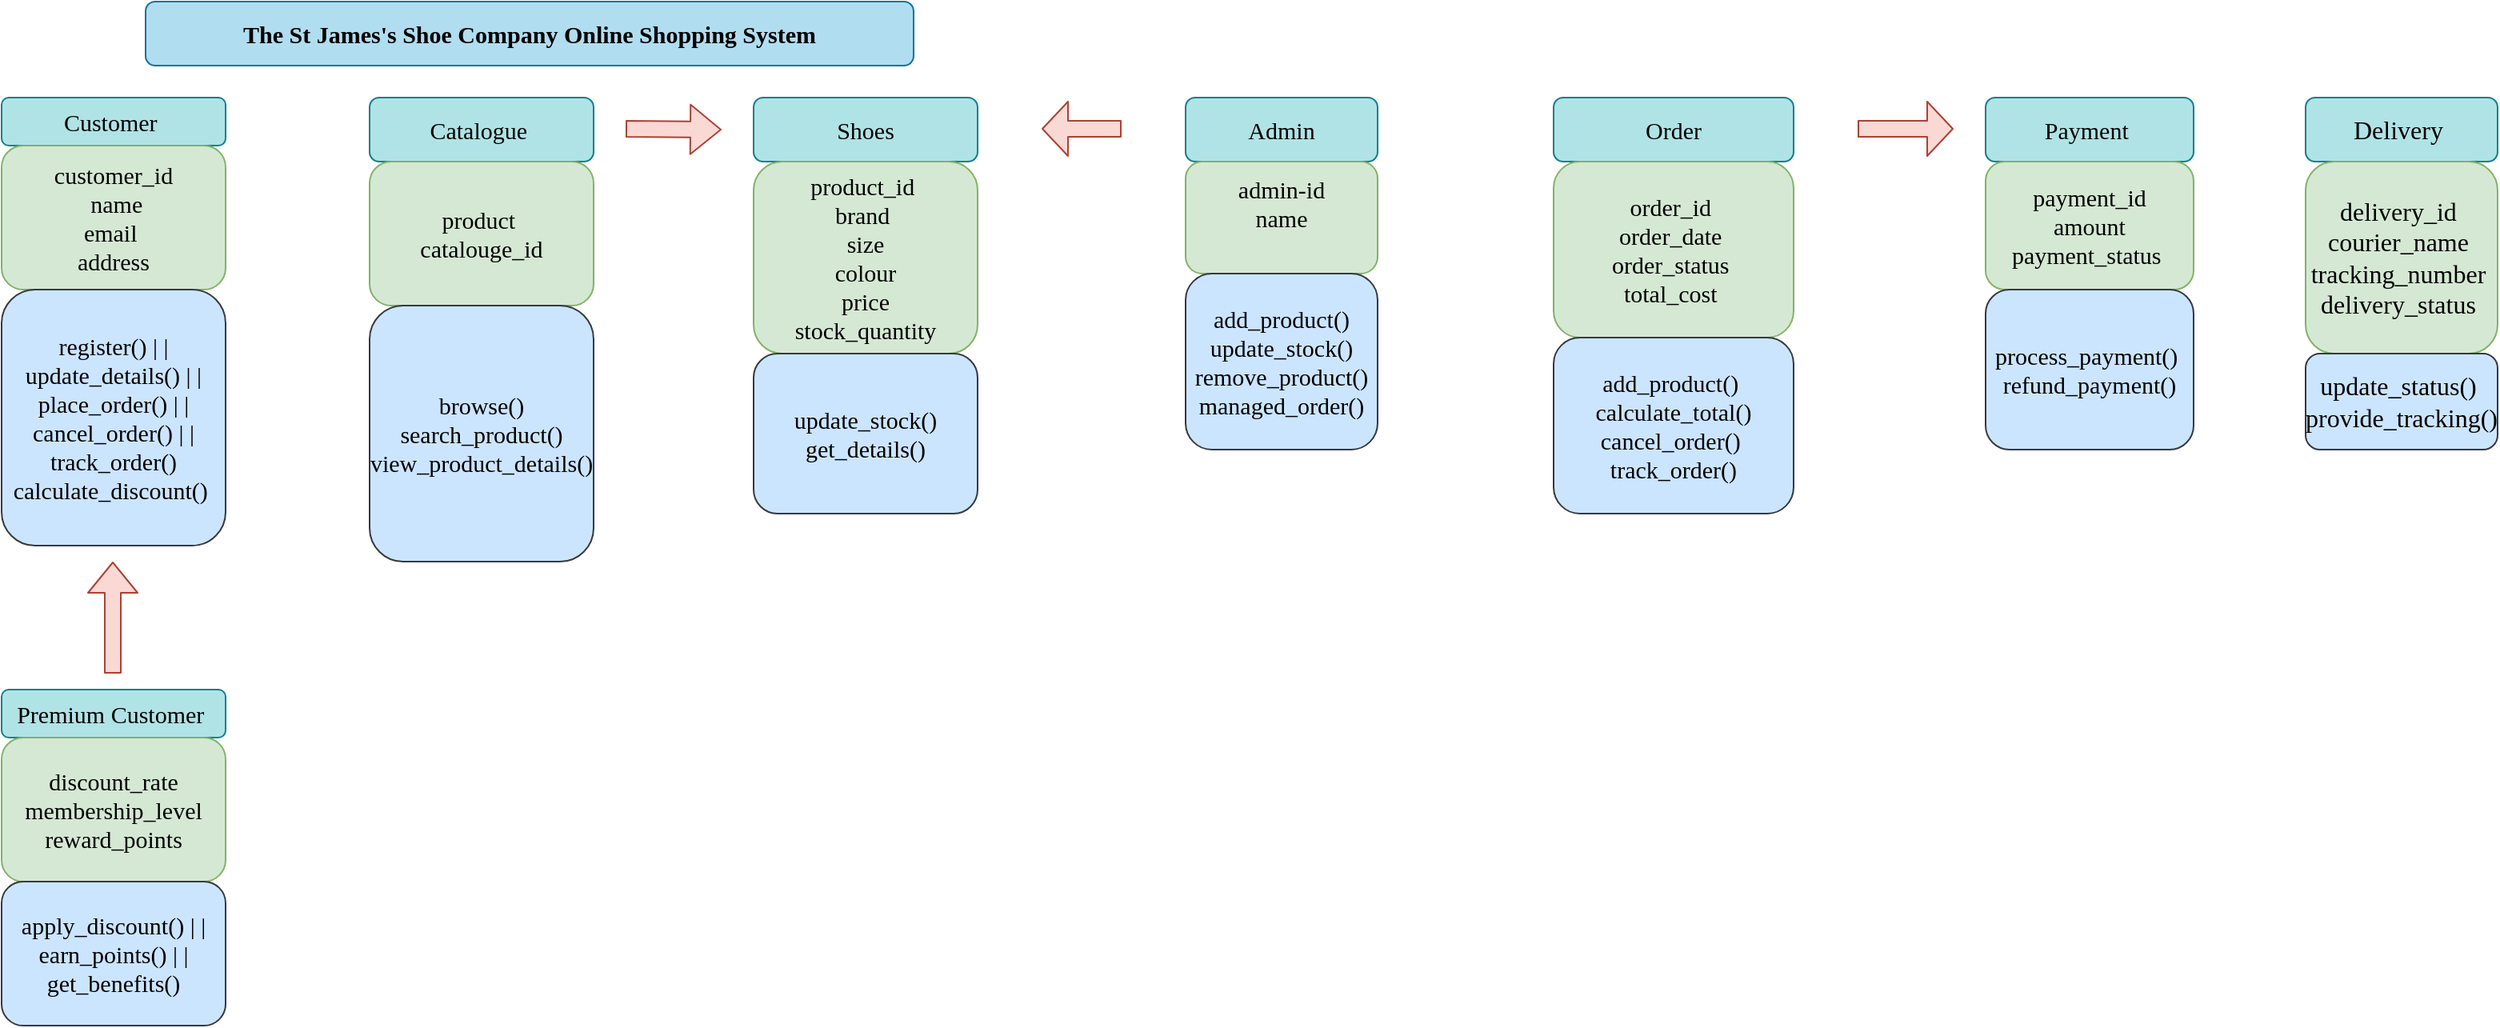
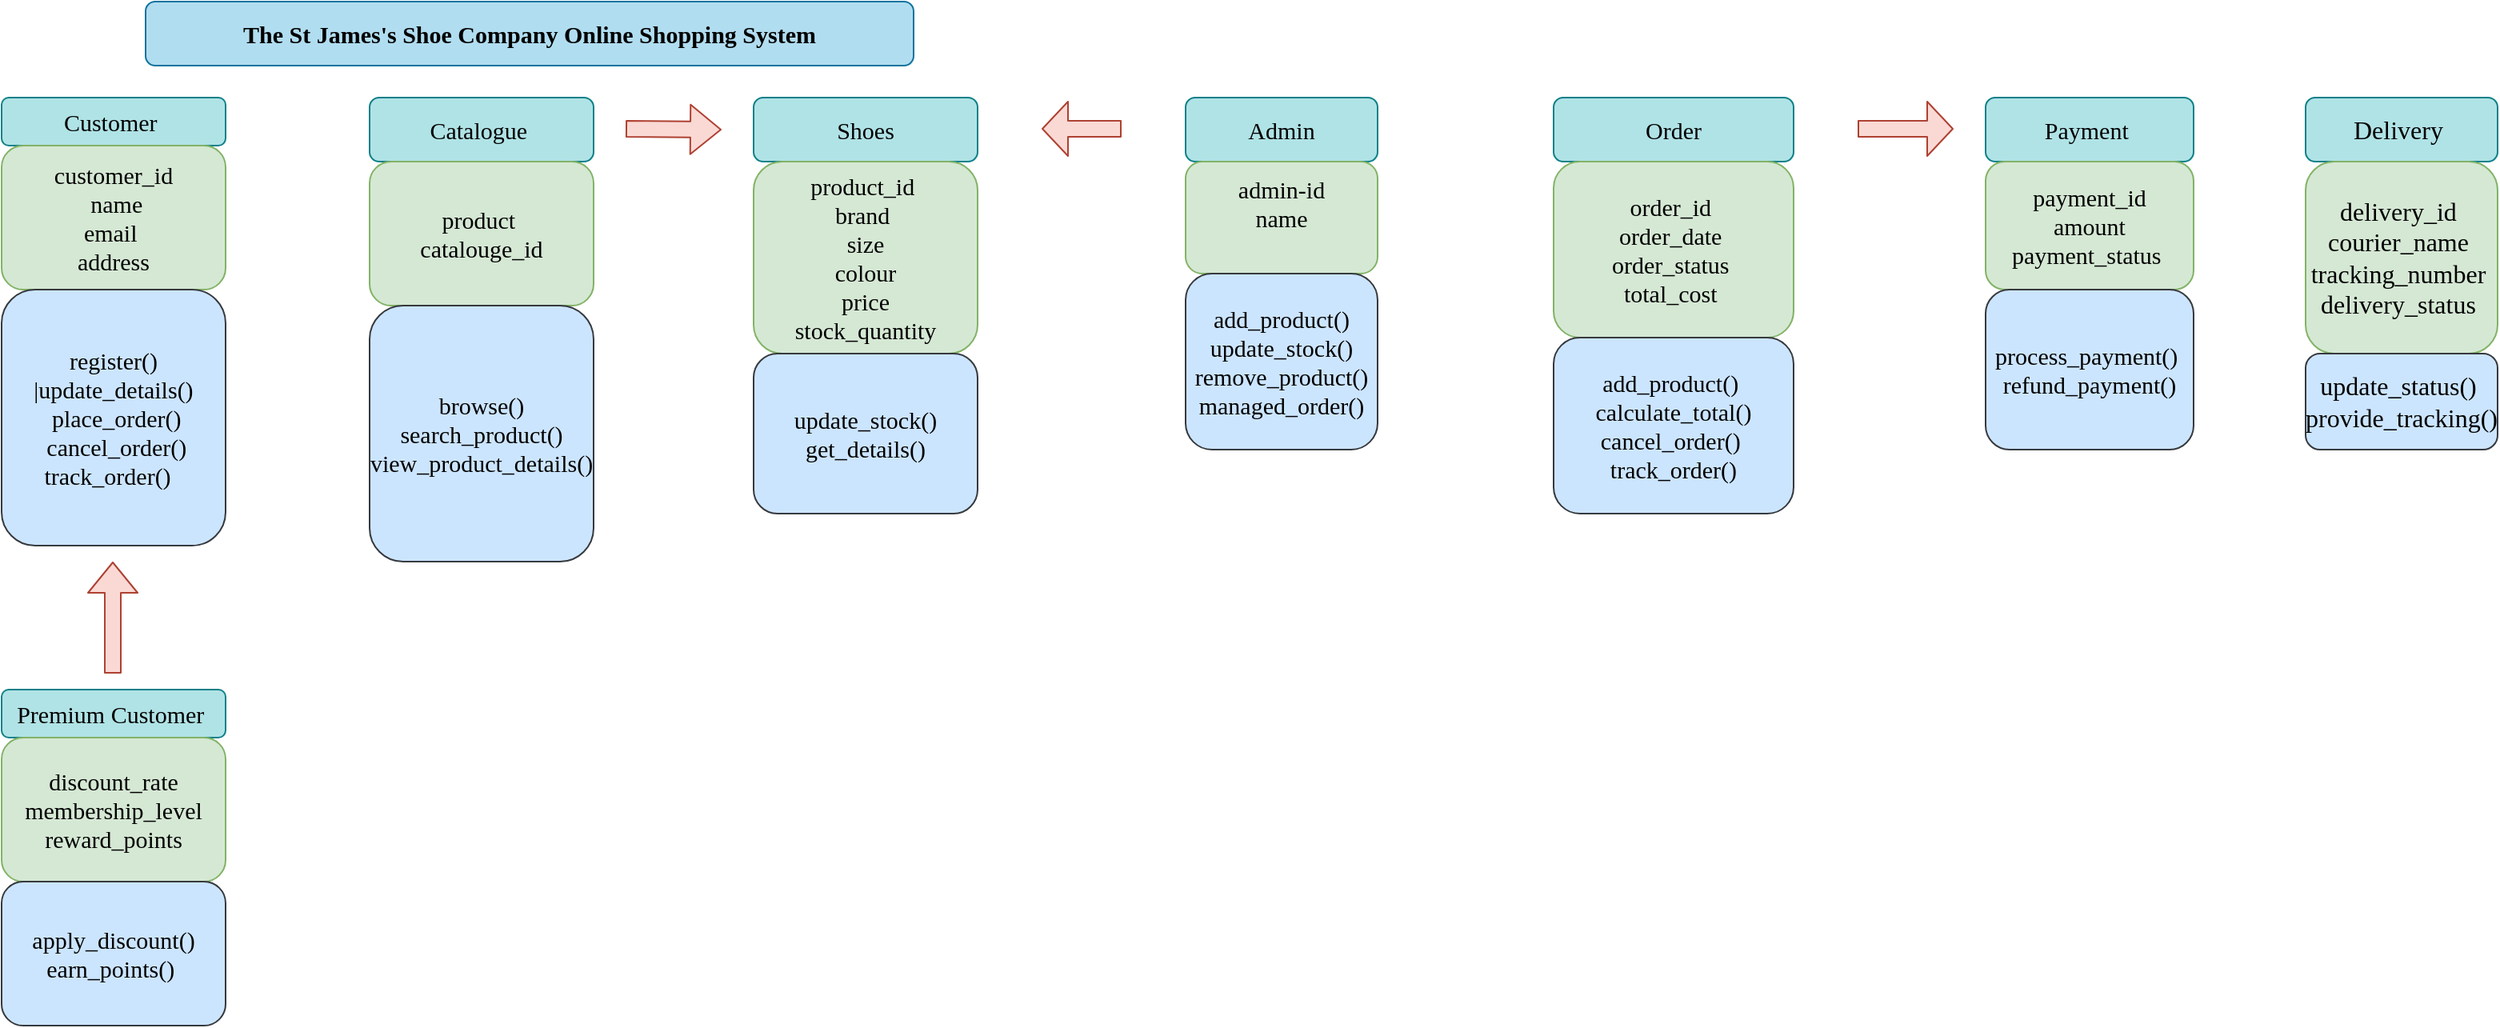
<mxfile host="app.diagrams.net">
  <diagram name="Page-1" id="zBQsa7cZHyROo2B0buzC">
    <mxGraphModel dx="934" dy="619" grid="1" gridSize="10" guides="1" tooltips="1" connect="1" arrows="1" fold="1" page="1" pageScale="1" pageWidth="1654" pageHeight="2336" background="#FFFFFF" math="0" shadow="0">
      <root>
        <mxCell id="0" />
        <mxCell id="1" parent="0" />
        <mxCell id="wbyo3HuhCAC_yU22lBOG-1" parent="1" style="rounded=1;whiteSpace=wrap;html=1;fillColor=#b1ddf0;strokeColor=#10739e;fontFamily=Times New Roman;fontStyle=1;fontSize=15;" value="&lt;span data-token-index=&quot;0&quot; class=&quot;notion-enable-hover&quot; style=&quot;text-align: start;&quot;&gt;The St James&#39;s Shoe Company Online Shopping System&lt;/span&gt;" vertex="1">
          <mxGeometry height="40" width="480" x="110" y="20" as="geometry" />
        </mxCell>
        <mxCell id="wbyo3HuhCAC_yU22lBOG-4" edge="1" parent="1" source="wbyo3HuhCAC_yU22lBOG-2" style="edgeStyle=orthogonalEdgeStyle;rounded=1;orthogonalLoop=1;jettySize=auto;html=1;fontFamily=Times New Roman;fontSize=15;" target="wbyo3HuhCAC_yU22lBOG-3" value="">
          <mxGeometry relative="1" as="geometry" />
        </mxCell>
        <mxCell id="wbyo3HuhCAC_yU22lBOG-2" parent="1" style="rounded=1;whiteSpace=wrap;html=1;fillColor=#b0e3e6;strokeColor=#0e8088;fontFamily=Times New Roman;fontSize=15;" value="&lt;span style=&quot;text-align: start;&quot;&gt;Customer&amp;nbsp;&lt;/span&gt;" vertex="1">
          <mxGeometry height="30" width="140" x="20" y="80" as="geometry" />
        </mxCell>
        <mxCell id="wbyo3HuhCAC_yU22lBOG-3" parent="1" style="whiteSpace=wrap;html=1;rounded=1;fillColor=#d5e8d4;strokeColor=#82b366;fontFamily=Times New Roman;fontSize=15;" value="&lt;span style=&quot;text-align: start;&quot;&gt;customer_id&lt;/span&gt;&lt;div&gt;&lt;span style=&quot;text-align: start;&quot;&gt;&amp;nbsp; name&amp;nbsp;&lt;/span&gt;&lt;/div&gt;&lt;div&gt;&lt;span style=&quot;text-align: start;&quot;&gt;email&amp;nbsp;&lt;/span&gt;&lt;/div&gt;&lt;div&gt;&lt;span style=&quot;text-align: start;&quot;&gt;address&lt;/span&gt;&lt;/div&gt;" vertex="1">
          <mxGeometry height="90" width="140" x="20" y="110" as="geometry" />
        </mxCell>
-         <mxCell id="wbyo3HuhCAC_yU22lBOG-5" parent="1" style="rounded=1;whiteSpace=wrap;html=1;fillColor=#cce5ff;strokeColor=#36393d;fontFamily=Times New Roman;fontSize=15;" value="&lt;span style=&quot;caret-color: rgb(0, 0, 0); color: rgb(0, 0, 0); font-style: normal; font-variant-caps: normal; font-weight: 400; letter-spacing: normal; orphans: 2; text-align: start; text-indent: 0px; text-transform: none; white-space: normal; widows: 2; word-spacing: 0px; -webkit-text-stroke-width: 0px; text-decoration: none; float: none; display: inline !important;&quot;&gt;register() | | update_details() | | place_order() | | cancel_order() | | track_order() calculate_discount()&lt;span class=&quot;Apple-converted-space&quot;&gt;&amp;nbsp;&lt;/span&gt;&lt;/span&gt;" vertex="1">
+         <mxCell id="wbyo3HuhCAC_yU22lBOG-5" parent="1" style="rounded=1;whiteSpace=wrap;html=1;fillColor=#cce5ff;strokeColor=#36393d;fontFamily=Times New Roman;fontSize=15;" value="&lt;span style=&quot;caret-color: rgb(0, 0, 0); color: rgb(0, 0, 0); font-style: normal; font-variant-caps: normal; font-weight: 400; letter-spacing: normal; orphans: 2; text-align: start; text-indent: 0px; text-transform: none; white-space: normal; widows: 2; word-spacing: 0px; -webkit-text-stroke-width: 0px; text-decoration: none; float: none; display: inline !important;&quot;&gt;register() |update_details() &amp;nbsp;place_order() &amp;nbsp;cancel_order() track_order() &lt;span class=&quot;Apple-converted-space&quot;&gt;&amp;nbsp;&lt;/span&gt;&lt;/span&gt;" vertex="1">
          <mxGeometry height="160" width="140" x="20" y="200" as="geometry" />
        </mxCell>
        <mxCell id="wbyo3HuhCAC_yU22lBOG-6" edge="1" parent="1" style="shape=flexArrow;endArrow=classic;html=1;rounded=1;fontFamily=Times New Roman;fontSize=15;fillColor=#fad9d5;strokeColor=#ae4132;" value="">
          <mxGeometry height="50" relative="1" width="50" as="geometry">
            <Array as="points" />
            <mxPoint x="89.5" y="440" as="sourcePoint" />
            <mxPoint x="89.5" y="370" as="targetPoint" />
          </mxGeometry>
        </mxCell>
        <mxCell id="wbyo3HuhCAC_yU22lBOG-7" parent="1" style="rounded=1;whiteSpace=wrap;html=1;fillColor=#b0e3e6;strokeColor=#0e8088;fontFamily=Times New Roman;fontSize=15;" value="&lt;font&gt;Premium Customer&amp;nbsp;&lt;/font&gt;" vertex="1">
          <mxGeometry height="30" width="140" x="20" y="450" as="geometry" />
        </mxCell>
        <mxCell id="wbyo3HuhCAC_yU22lBOG-8" parent="1" style="rounded=1;whiteSpace=wrap;html=1;fontFamily=Times New Roman;fontSize=15;fillColor=#d5e8d4;strokeColor=#82b366;" value="&lt;span style=&quot;text-align: start;&quot;&gt;discount_rate membership_level &amp;nbsp;reward_points&amp;nbsp;&lt;/span&gt;" vertex="1">
          <mxGeometry height="90" width="140" x="20" y="480" as="geometry" />
        </mxCell>
-         <mxCell id="wbyo3HuhCAC_yU22lBOG-9" parent="1" style="rounded=1;whiteSpace=wrap;html=1;fontFamily=Times New Roman;fontSize=15;fillColor=#cce5ff;strokeColor=#36393d;" value="&lt;span style=&quot;caret-color: rgb(0, 0, 0); color: rgb(0, 0, 0); font-style: normal; font-variant-caps: normal; font-weight: 400; letter-spacing: normal; orphans: 2; text-align: start; text-indent: 0px; text-transform: none; white-space: normal; widows: 2; word-spacing: 0px; -webkit-text-stroke-width: 0px; text-decoration: none; float: none; display: inline !important;&quot;&gt;apply_discount() | | earn_points() | | get_benefits()&lt;/span&gt;" vertex="1">
+         <mxCell id="wbyo3HuhCAC_yU22lBOG-9" parent="1" style="rounded=1;whiteSpace=wrap;html=1;fontFamily=Times New Roman;fontSize=15;fillColor=#cce5ff;strokeColor=#36393d;" value="&lt;span style=&quot;caret-color: rgb(0, 0, 0); color: rgb(0, 0, 0); font-style: normal; font-variant-caps: normal; font-weight: 400; letter-spacing: normal; orphans: 2; text-align: start; text-indent: 0px; text-transform: none; white-space: normal; widows: 2; word-spacing: 0px; -webkit-text-stroke-width: 0px; text-decoration: none; float: none; display: inline !important;&quot;&gt;apply_discount() earn_points()&amp;nbsp;&lt;/span&gt;" vertex="1">
          <mxGeometry height="90" width="140" x="20" y="570" as="geometry" />
        </mxCell>
        <mxCell id="wbyo3HuhCAC_yU22lBOG-10" parent="1" style="rounded=1;whiteSpace=wrap;html=1;fillColor=#b0e3e6;strokeColor=#0e8088;fontFamily=Times New Roman;fontSize=15;" value="&lt;span style=&quot;text-align: start;&quot;&gt;Catalogue&amp;nbsp;&lt;/span&gt;" vertex="1">
          <mxGeometry height="40" width="140" x="250" y="80" as="geometry" />
        </mxCell>
        <mxCell id="wbyo3HuhCAC_yU22lBOG-11" parent="1" style="whiteSpace=wrap;html=1;rounded=1;fillColor=#d5e8d4;strokeColor=#82b366;fontFamily=Times New Roman;fontSize=15;" value="product&amp;nbsp;&lt;div&gt;catalouge_id&lt;/div&gt;" vertex="1">
          <mxGeometry height="90" width="140" x="250" y="120" as="geometry" />
        </mxCell>
        <mxCell id="wbyo3HuhCAC_yU22lBOG-12" parent="1" style="rounded=1;whiteSpace=wrap;html=1;fillColor=#cce5ff;strokeColor=#36393d;fontFamily=Times New Roman;fontSize=15;" value="browse()&lt;div&gt;search_product()&lt;/div&gt;&lt;div&gt;view_product_details()&lt;/div&gt;" vertex="1">
          <mxGeometry height="160" width="140" x="250" y="210" as="geometry" />
        </mxCell>
        <mxCell id="wbyo3HuhCAC_yU22lBOG-13" edge="1" parent="1" style="shape=flexArrow;endArrow=classic;html=1;rounded=1;fillColor=#fad9d5;strokeColor=#ae4132;fontFamily=Times New Roman;fontSize=15;" value="">
          <mxGeometry height="50" relative="1" width="50" as="geometry">
            <mxPoint x="410" y="99.5" as="sourcePoint" />
            <mxPoint x="470" y="100" as="targetPoint" />
          </mxGeometry>
        </mxCell>
        <mxCell id="wbyo3HuhCAC_yU22lBOG-14" parent="1" style="rounded=1;whiteSpace=wrap;html=1;fillColor=#b0e3e6;strokeColor=#0e8088;fontFamily=Times New Roman;fontSize=15;" value="&lt;span style=&quot;text-align: start;&quot;&gt;Shoes&lt;/span&gt;" vertex="1">
          <mxGeometry height="40" width="140" x="490" y="80" as="geometry" />
        </mxCell>
        <mxCell id="wbyo3HuhCAC_yU22lBOG-15" parent="1" style="whiteSpace=wrap;html=1;rounded=1;fillColor=#d5e8d4;strokeColor=#82b366;fontFamily=Times New Roman;fontSize=15;" value="&lt;div&gt;&lt;span style=&quot;text-align: start;&quot;&gt;&lt;br&gt;&lt;/span&gt;&lt;/div&gt;&lt;span style=&quot;text-align: start;&quot;&gt;product_id&amp;nbsp;&lt;/span&gt;&lt;br&gt;&lt;div&gt;&lt;span style=&quot;text-align: start;&quot;&gt;brand&amp;nbsp;&lt;/span&gt;&lt;span style=&quot;text-align: start;&quot;&gt;&lt;br&gt;&lt;/span&gt;&lt;/div&gt;&lt;div&gt;&lt;span style=&quot;text-align: start;&quot;&gt;size&lt;/span&gt;&lt;/div&gt;&lt;div&gt;&lt;span style=&quot;text-align: start;&quot;&gt;colour&lt;/span&gt;&lt;/div&gt;&lt;div&gt;&lt;span style=&quot;text-align: start;&quot;&gt;price&lt;/span&gt;&lt;/div&gt;&lt;div&gt;&lt;span style=&quot;text-align: start;&quot;&gt;stock_quantity&lt;/span&gt;&lt;/div&gt;&lt;div&gt;&lt;span style=&quot;text-align: start;&quot;&gt;&lt;br&gt;&lt;/span&gt;&lt;/div&gt;" vertex="1">
          <mxGeometry height="120" width="140" x="490" y="120" as="geometry" />
        </mxCell>
        <mxCell id="wbyo3HuhCAC_yU22lBOG-16" parent="1" style="rounded=1;whiteSpace=wrap;html=1;fillColor=#cce5ff;strokeColor=#36393d;fontFamily=Times New Roman;fontSize=15;" value="update_stock()&lt;div&gt;get_details()&lt;/div&gt;" vertex="1">
          <mxGeometry height="100" width="140" x="490" y="240" as="geometry" />
        </mxCell>
        <mxCell id="wbyo3HuhCAC_yU22lBOG-18" edge="1" parent="1" style="shape=flexArrow;endArrow=classic;html=1;rounded=1;endWidth=23;endSize=5;fillColor=#fad9d5;strokeColor=#ae4132;fontFamily=Times New Roman;fontSize=15;" value="">
          <mxGeometry height="50" relative="1" width="50" as="geometry">
            <mxPoint x="720" y="99.5" as="sourcePoint" />
            <mxPoint x="670" y="99.5" as="targetPoint" />
          </mxGeometry>
        </mxCell>
        <mxCell id="wbyo3HuhCAC_yU22lBOG-19" parent="1" style="rounded=1;whiteSpace=wrap;html=1;fontFamily=Times New Roman;fontSize=15;fillColor=#b0e3e6;strokeColor=#0e8088;" value="&lt;font&gt;Admin&lt;/font&gt;" vertex="1">
          <mxGeometry height="40" width="120" x="760" y="80" as="geometry" />
        </mxCell>
        <mxCell id="wbyo3HuhCAC_yU22lBOG-20" parent="1" style="rounded=1;whiteSpace=wrap;html=1;fontSize=15;fontFamily=Times New Roman;fillColor=#d5e8d4;strokeColor=#82b366;" value="admin-id&lt;div&gt;name&lt;/div&gt;&lt;div&gt;&lt;br&gt;&lt;/div&gt;" vertex="1">
          <mxGeometry height="70" width="120" x="760" y="120" as="geometry" />
        </mxCell>
        <mxCell id="wbyo3HuhCAC_yU22lBOG-21" parent="1" style="rounded=1;whiteSpace=wrap;html=1;fontSize=15;fontFamily=Times New Roman;fillColor=#cce5ff;strokeColor=#36393d;" value="add_product()&lt;div&gt;update_stock()&lt;/div&gt;&lt;div&gt;remove_product()&lt;/div&gt;&lt;div&gt;managed_order()&lt;/div&gt;" vertex="1">
          <mxGeometry height="110" width="120" x="760" y="190" as="geometry" />
        </mxCell>
        <mxCell id="wbyo3HuhCAC_yU22lBOG-22" parent="1" style="rounded=1;whiteSpace=wrap;html=1;fontFamily=Times New Roman;fontSize=15;fillColor=#b0e3e6;strokeColor=#0e8088;" value="Order" vertex="1">
          <mxGeometry height="40" width="150" x="990" y="80" as="geometry" />
        </mxCell>
        <mxCell id="wbyo3HuhCAC_yU22lBOG-23" parent="1" style="rounded=1;whiteSpace=wrap;html=1;fontFamily=Times New Roman;fontSize=15;fillColor=#d5e8d4;strokeColor=#82b366;" value="&lt;span style=&quot;text-align: start;&quot;&gt;order_id&amp;nbsp;&lt;/span&gt;&lt;div&gt;&lt;span style=&quot;text-align: start;&quot;&gt;order_date&amp;nbsp;&lt;/span&gt;&lt;span style=&quot;text-align: start;&quot;&gt;&lt;br&gt;&lt;/span&gt;&lt;/div&gt;&lt;div&gt;&lt;span style=&quot;text-align: start;&quot;&gt;order_status&amp;nbsp;&lt;/span&gt;&lt;span style=&quot;text-align: start;&quot;&gt;&lt;br&gt;&lt;/span&gt;&lt;/div&gt;&lt;div&gt;&lt;span style=&quot;text-align: start;&quot;&gt;total_cost&amp;nbsp;&lt;/span&gt;&lt;span style=&quot;text-align: start;&quot;&gt;&lt;br&gt;&lt;/span&gt;&lt;/div&gt;" vertex="1">
          <mxGeometry height="110" width="150" x="990" y="120" as="geometry" />
        </mxCell>
        <mxCell id="wbyo3HuhCAC_yU22lBOG-24" parent="1" style="rounded=1;whiteSpace=wrap;html=1;fontFamily=Times New Roman;fontSize=15;fillColor=#cce5ff;strokeColor=#36393d;" value="&lt;span style=&quot;text-align: start;&quot;&gt;add_product()&amp;nbsp;&lt;/span&gt;&lt;div&gt;&lt;span style=&quot;text-align: start;&quot;&gt;calculate_total()&lt;/span&gt;&lt;span style=&quot;text-align: start;&quot;&gt;&lt;br&gt;&lt;/span&gt;&lt;/div&gt;&lt;div&gt;&lt;span style=&quot;text-align: start;&quot;&gt;cancel_order()&amp;nbsp;&lt;/span&gt;&lt;span style=&quot;text-align: start;&quot;&gt;&lt;br&gt;&lt;/span&gt;&lt;/div&gt;&lt;div&gt;&lt;span style=&quot;text-align: start;&quot;&gt;track_order()&lt;/span&gt;&lt;span style=&quot;text-align: start;&quot;&gt;&lt;br&gt;&lt;/span&gt;&lt;/div&gt;" vertex="1">
          <mxGeometry height="110" width="150" x="990" y="230" as="geometry" />
        </mxCell>
        <mxCell id="wbyo3HuhCAC_yU22lBOG-26" edge="1" parent="1" style="shape=flexArrow;endArrow=classic;html=1;rounded=1;endWidth=23;endSize=5;fillColor=#fad9d5;strokeColor=#ae4132;fontFamily=Times New Roman;fontSize=15;" value="">
          <mxGeometry height="50" relative="1" width="50" as="geometry">
            <Array as="points">
              <mxPoint x="1180" y="99.5" />
            </Array>
            <mxPoint x="1180" y="99.5" as="sourcePoint" />
            <mxPoint x="1240" y="99.5" as="targetPoint" />
          </mxGeometry>
        </mxCell>
        <mxCell id="wbyo3HuhCAC_yU22lBOG-27" parent="1" style="rounded=1;whiteSpace=wrap;html=1;fontFamily=Times New Roman;fontSize=15;fillColor=#b0e3e6;strokeColor=#0e8088;" value="&lt;span style=&quot;caret-color: rgb(0, 0, 0); color: rgb(0, 0, 0); font-style: normal; font-variant-caps: normal; font-weight: 400; letter-spacing: normal; orphans: 2; text-align: start; text-indent: 0px; text-transform: none; white-space: normal; widows: 2; word-spacing: 0px; -webkit-text-stroke-width: 0px; text-decoration: none; float: none; display: inline !important;&quot;&gt;Payment&lt;span class=&quot;Apple-converted-space&quot;&gt;&amp;nbsp;&lt;/span&gt;&lt;/span&gt;" vertex="1">
          <mxGeometry height="40" width="130" x="1260" y="80" as="geometry" />
        </mxCell>
        <mxCell id="wbyo3HuhCAC_yU22lBOG-28" parent="1" style="rounded=1;whiteSpace=wrap;html=1;fontFamily=Times New Roman;fontSize=15;fillColor=#d5e8d4;strokeColor=#82b366;" value="payment_id&lt;div&gt;amount&lt;/div&gt;&lt;div&gt;&lt;span style=&quot;text-align: start;&quot;&gt;payment_status&amp;nbsp;&lt;/span&gt;&lt;br&gt;&lt;/div&gt;" vertex="1">
          <mxGeometry height="80" width="130" x="1260" y="120" as="geometry" />
        </mxCell>
        <mxCell id="wbyo3HuhCAC_yU22lBOG-29" parent="1" style="rounded=1;whiteSpace=wrap;html=1;fontFamily=Times New Roman;fontSize=15;fillColor=#cce5ff;strokeColor=#36393d;" value="&lt;span style=&quot;text-align: start;&quot;&gt;process_payment()&amp;nbsp;&lt;/span&gt;&lt;div&gt;&lt;span style=&quot;text-align: start;&quot;&gt;refund_payment()&lt;/span&gt;&lt;/div&gt;" vertex="1">
          <mxGeometry height="100" width="130" x="1260" y="200" as="geometry" />
        </mxCell>
        <mxCell id="wbyo3HuhCAC_yU22lBOG-30" parent="1" style="rounded=1;whiteSpace=wrap;html=1;fillColor=#b0e3e6;strokeColor=#0e8088;" value="&lt;span style=&quot;font-family: -webkit-standard; font-size: medium; text-align: start;&quot;&gt;Delivery&amp;nbsp;&lt;/span&gt;" vertex="1">
          <mxGeometry height="40" width="120" x="1460" y="80" as="geometry" />
        </mxCell>
        <mxCell id="wbyo3HuhCAC_yU22lBOG-31" parent="1" style="rounded=1;whiteSpace=wrap;html=1;fillColor=#d5e8d4;strokeColor=#82b366;" value="&lt;span style=&quot;font-family: -webkit-standard; font-size: medium; text-align: start;&quot;&gt;delivery_id&amp;nbsp;&lt;/span&gt;&lt;div&gt;&lt;span style=&quot;font-family: -webkit-standard; font-size: medium; text-align: start;&quot;&gt;courier_name&amp;nbsp;&lt;/span&gt;&lt;span style=&quot;font-family: -webkit-standard; font-size: medium; text-align: start;&quot;&gt;&lt;br&gt;&lt;/span&gt;&lt;/div&gt;&lt;div&gt;&lt;span style=&quot;font-family: -webkit-standard; font-size: medium; text-align: start;&quot;&gt;tracking_number&amp;nbsp;&lt;/span&gt;&lt;span style=&quot;font-family: -webkit-standard; font-size: medium; text-align: start;&quot;&gt;&lt;br&gt;&lt;/span&gt;&lt;/div&gt;&lt;div&gt;&lt;span style=&quot;font-family: -webkit-standard; font-size: medium; text-align: start;&quot;&gt;delivery_status&amp;nbsp;&lt;/span&gt;&lt;span style=&quot;font-family: -webkit-standard; font-size: medium; text-align: start;&quot;&gt;&lt;br&gt;&lt;/span&gt;&lt;/div&gt;" vertex="1">
          <mxGeometry height="120" width="120" x="1460" y="120" as="geometry" />
        </mxCell>
        <mxCell id="wbyo3HuhCAC_yU22lBOG-33" parent="1" style="rounded=1;whiteSpace=wrap;html=1;fillColor=#cce5ff;strokeColor=#36393d;" value="&lt;span style=&quot;font-family: -webkit-standard; font-size: medium; text-align: start;&quot;&gt;update_status()&amp;nbsp;&lt;/span&gt;&lt;div&gt;&lt;span style=&quot;font-family: -webkit-standard; font-size: medium; text-align: start;&quot;&gt;provide_tracking()&lt;/span&gt;&lt;span style=&quot;font-family: -webkit-standard; font-size: medium; text-align: start;&quot;&gt;&lt;br&gt;&lt;/span&gt;&lt;/div&gt;" vertex="1">
          <mxGeometry height="60" width="120" x="1460" y="240" as="geometry" />
        </mxCell>
      </root>
    </mxGraphModel>
  </diagram>
</mxfile>
